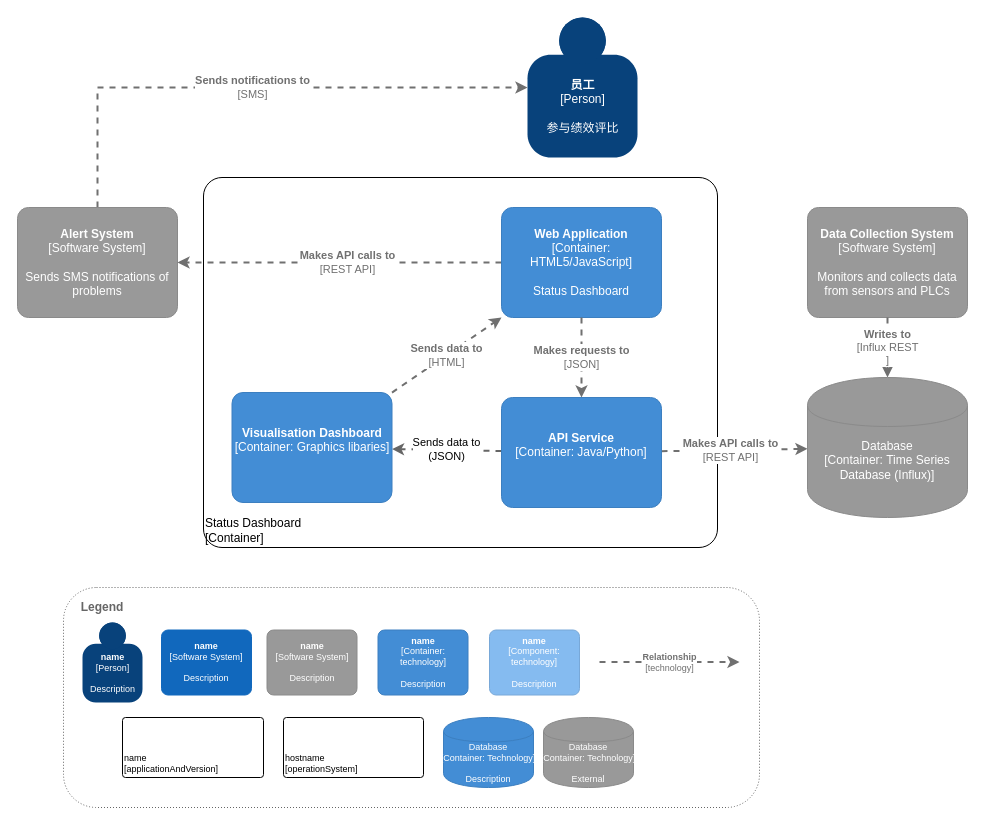
This is page "C4 Container" (2 of 4) of sources/c4-绩效系统.drawio from vdorchan/diagrams, a draw.io file, before an edit. Source tidied: cells renumbered, new cells numbered last; positions are measured from the earlier drawing's top-left corner, leaving out a move shared by most shapes. Both pictures are drawn from the tidied source at 100%, with x=0, y=0 at pixel (17, 17).
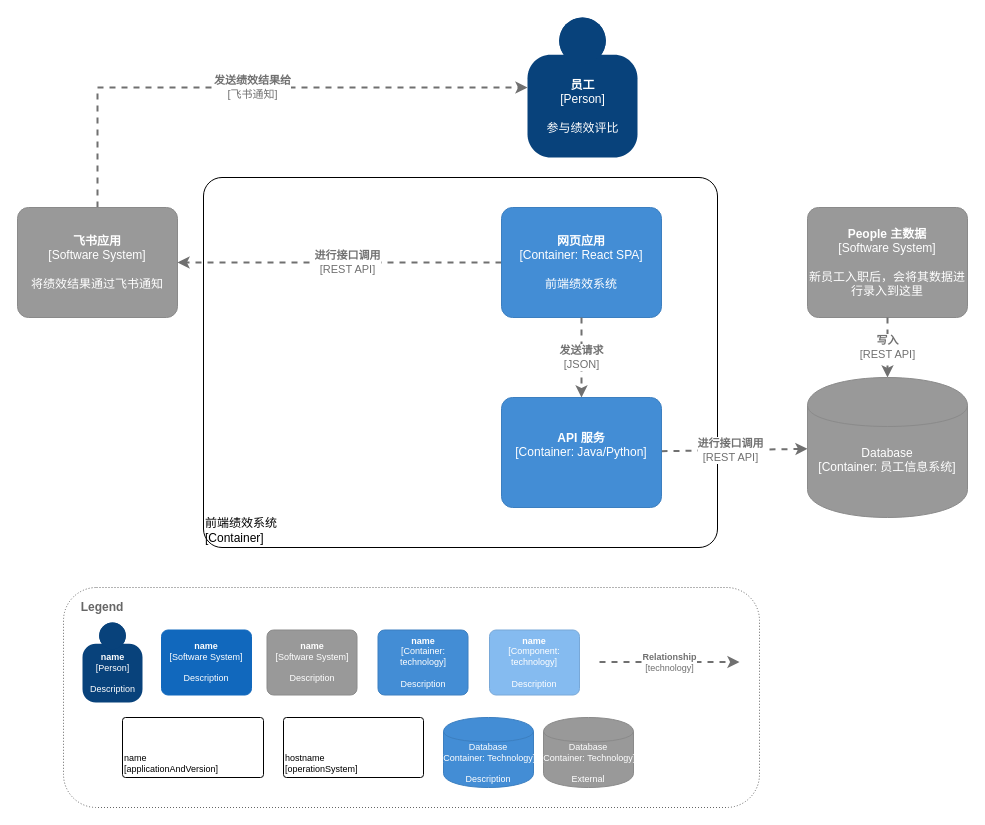
Above is the later version.

The change refers to these unchanged cells:
```xml
<object id="5" label="&lt;b&gt;%c4Name%&lt;/b&gt;&lt;div&gt;[%c4Type%]&lt;/div&gt;&lt;br&gt;&lt;div&gt;%c4Description%&lt;/div&gt;" c4Description="参与绩效评比" c4Name="员工" c4Type="Person" placeholders="1">
  <mxCell style="html=1;dashed=0;whitespace=wrap;fillColor=#08427b;strokeColor=none;fontColor=#ffffff;shape=mxgraph.c4.person;align=center;points=[[0.5,0,0],[1,0.5,0],[1,0.75,0],[0.75,1,0],[0.5,1,0],[0.25,1,0],[0,0.75,0],[0,0.5,0]];metaData={&quot;c4Type&quot;:{&quot;editable&quot;:false}};" parent="1" vertex="1">
    <mxGeometry x="510" width="110" height="140" as="geometry" />
  </mxCell>
</object>
```

Diff of the diagram source:
```diff
@@
-    <object id="2" label="&lt;div style=&quot;text-align: left&quot;&gt;%c4Name%&lt;/div&gt;&lt;div style=&quot;text-align: left&quot;&gt;[%c4Application%]&lt;/div&gt;" c4Application="Container" c4Name="Status Dashboard" placeholders="1">
+    <object id="2" label="&lt;div style=&quot;text-align: left&quot;&gt;%c4Name%&lt;/div&gt;&lt;div style=&quot;text-align: left&quot;&gt;[%c4Application%]&lt;/div&gt;" c4Application="Container" c4Name="前端绩效系统" placeholders="1">
       <mxCell style="rounded=1;whiteSpace=wrap;html=1;labelBackgroundColor=none;fillColor=#ffffff;fontColor=#000000;align=left;arcSize=5;strokeColor=#000000;verticalAlign=bottom;metaData={&quot;c4Type&quot;:{&quot;editable&quot;:false}};" parent="1" vertex="1">
         <mxGeometry x="186" y="160" width="514" height="370" as="geometry" />
       </mxCell>
     </object>
-    <mxCell id="3" style="edgeStyle=none;rounded=0;jettySize=auto;html=1;dashed=1;strokeColor=#666666;strokeWidth=2;fillColor=#f5f5f5;" parent="1" edge="1" source="17" target="15">
-      <mxGeometry relative="1" as="geometry" />
-    </mxCell>
-    <mxCell id="4" value="Sends data to&lt;br&gt;(JSON)" style="edgeLabel;html=1;align=center;verticalAlign=middle;" parent="3" vertex="1">
-      <mxGeometry x="0.02" y="-1" relative="1" as="geometry" />
-    </mxCell>
@@
-    <object id="6" label="&lt;div style=&quot;text-align: left&quot;&gt;&lt;div style=&quot;text-align: center&quot;&gt;&lt;b&gt;%c4Description%&lt;/b&gt;&lt;/div&gt;&lt;div style=&quot;text-align: center&quot;&gt;[%c4Technology%]&lt;/div&gt;&lt;/div&gt;" c4Description="Sends notifications to" c4Technology="SMS" placeholders="1">
+    <object id="6" label="&lt;div style=&quot;text-align: left&quot;&gt;&lt;div style=&quot;text-align: center&quot;&gt;&lt;b&gt;%c4Description%&lt;/b&gt;&lt;/div&gt;&lt;div style=&quot;text-align: center&quot;&gt;[%c4Technology%]&lt;/div&gt;&lt;/div&gt;" c4Description="发送绩效结果给" c4Technology="飞书通知" placeholders="1">
       <mxCell style="edgeStyle=none;rounded=0;html=1;jettySize=auto;strokeColor=#707070;strokeWidth=2;fontColor=#707070;jumpStyle=none;dashed=1;metaData={&quot;c4Type&quot;:{&quot;editable&quot;:false}};" parent="1" edge="1" source="7" target="5">
         <mxGeometry relative="1" as="geometry">
           <Array as="points">
             <mxPoint x="80" y="70" />
           </Array>
         </mxGeometry>
       </mxCell>
     </object>
-    <object id="7" label="&lt;b&gt;%c4Name%&lt;/b&gt;&lt;div&gt;[%c4Type%]&lt;/div&gt;&lt;br&gt;&lt;div&gt;%c4Description%&lt;/div&gt;" c4Description="Sends SMS notifications of problems" c4Name="Alert System" c4Type="Software System" placeholders="1">
+    <object id="7" label="&lt;b&gt;%c4Name%&lt;/b&gt;&lt;div&gt;[%c4Type%]&lt;/div&gt;&lt;br&gt;&lt;div&gt;%c4Description%&lt;/div&gt;" c4Description="将绩效结果通过飞书通知" c4Name="飞书应用" c4Type="Software System" placeholders="1">
       <mxCell style="rounded=1;whiteSpace=wrap;html=1;labelBackgroundColor=none;fillColor=#999999;fontColor=#ffffff;align=center;arcSize=10;strokeColor=#8A8A8A;metaData={&quot;c4Type&quot;:{&quot;editable&quot;:false}};points=[[0.25,0,0],[0.5,0,0],[0.75,0,0],[1,0.25,0],[1,0.5,0],[1,0.75,0],[0.75,1,0],[0.5,1,0],[0.25,1,0],[0,0.75,0],[0,0.5,0],[0,0.25,0]];" parent="1" vertex="1">
         <mxGeometry y="190" width="160" height="110" as="geometry" />
       </mxCell>
     </object>
-    <object id="8" label="&lt;div style=&quot;text-align: left&quot;&gt;&lt;div style=&quot;text-align: center&quot;&gt;&lt;b&gt;%c4Description%&lt;/b&gt;&lt;/div&gt;&lt;div style=&quot;text-align: center&quot;&gt;[%c4Technology%]&lt;/div&gt;&lt;/div&gt;" c4Description="Makes API calls to" c4Technology="REST API" placeholders="1">
+    <object id="8" label="&lt;div style=&quot;text-align: left&quot;&gt;&lt;div style=&quot;text-align: center&quot;&gt;&lt;b&gt;%c4Description%&lt;/b&gt;&lt;/div&gt;&lt;div style=&quot;text-align: center&quot;&gt;[%c4Technology%]&lt;/div&gt;&lt;/div&gt;" c4Description="进行接口调用" c4Technology="REST API" placeholders="1">
       <mxCell style="edgeStyle=none;rounded=0;html=1;jettySize=auto;strokeColor=#707070;strokeWidth=2;fontColor=#707070;jumpStyle=none;dashed=1;metaData={&quot;c4Type&quot;:{&quot;editable&quot;:false}};" parent="1" edge="1" source="13" target="7">
         <mxGeometry x="-0.05" relative="1" as="geometry" />
       </mxCell>
     </object>
-    <object id="9" label="&lt;b&gt;%c4Name%&lt;/b&gt;&lt;div&gt;[%c4Type%]&lt;/div&gt;&lt;br&gt;&lt;div&gt;%c4Description%&lt;/div&gt;" c4Description="Monitors and collects data from sensors and PLCs" c4Name="Data Collection System" c4Type="Software System" placeholders="1">
+    <object id="9" label="&lt;b&gt;%c4Name%&lt;/b&gt;&lt;div&gt;[%c4Type%]&lt;/div&gt;&lt;br&gt;&lt;div&gt;%c4Description%&lt;/div&gt;" c4Description="新员工入职后，会将其数据进行录入到这里" c4Name="People 主数据" c4Type="Software System" placeholders="1">
       <mxCell style="rounded=1;whiteSpace=wrap;html=1;labelBackgroundColor=none;fillColor=#999999;fontColor=#ffffff;align=center;arcSize=10;strokeColor=#8A8A8A;metaData={&quot;c4Type&quot;:{&quot;editable&quot;:false}};points=[[0.25,0,0],[0.5,0,0],[0.75,0,0],[1,0.25,0],[1,0.5,0],[1,0.75,0],[0.75,1,0],[0.5,1,0],[0.25,1,0],[0,0.75,0],[0,0.5,0],[0,0.25,0]];" parent="1" vertex="1">
         <mxGeometry x="790" y="190" width="160" height="110" as="geometry" />
       </mxCell>
     </object>
-    <object id="10" label="&lt;div style=&quot;text-align: left&quot;&gt;&lt;div style=&quot;text-align: center&quot;&gt;&lt;b&gt;%c4Description%&lt;/b&gt;&lt;/div&gt;&lt;div style=&quot;text-align: center&quot;&gt;[%c4Technology%]&lt;/div&gt;&lt;/div&gt;" c4Description="Makes API calls to" c4Technology="REST API" placeholders="1">
+    <object id="10" label="&lt;div style=&quot;text-align: left&quot;&gt;&lt;div style=&quot;text-align: center&quot;&gt;&lt;b&gt;%c4Description%&lt;/b&gt;&lt;/div&gt;&lt;div style=&quot;text-align: center&quot;&gt;[%c4Technology%]&lt;/div&gt;&lt;/div&gt;" c4Description="进行接口调用" c4Technology="REST API" placeholders="1">
       <mxCell style="edgeStyle=none;rounded=0;html=1;jettySize=auto;strokeColor=#707070;strokeWidth=2;fontColor=#707070;jumpStyle=none;dashed=1;metaData={&quot;c4Type&quot;:{&quot;editable&quot;:false}};" parent="1" edge="1" source="17" target="11">
         <mxGeometry x="-0.05" relative="1" as="geometry" />
       </mxCell>
     </object>
-    <object id="11" label="%c4Type%&lt;div style=&quot;font-size: 12px;&quot;&gt;[Container:&amp;nbsp;%c4Technology%]&lt;/div&gt;&lt;br style=&quot;font-size: 12px;&quot;&gt;&lt;div style=&quot;font-size: 12px;&quot;&gt;%c4Description%&lt;/div&gt;" c4Description="" c4Technology="Time Series Database (Influx)" c4Type="Database" placeholders="1">
+    <object id="11" label="%c4Type%&lt;div style=&quot;font-size: 12px;&quot;&gt;[Container:&amp;nbsp;%c4Technology%]&lt;/div&gt;&lt;br style=&quot;font-size: 12px;&quot;&gt;&lt;div style=&quot;font-size: 12px;&quot;&gt;%c4Description%&lt;/div&gt;" c4Description="" c4Technology="员工信息系统" c4Type="Database" placeholders="1">
       <mxCell style="shape=cylinder;whiteSpace=wrap;html=1;boundedLbl=1;rounded=1;labelBackgroundColor=none;fillColor=#999999;fontSize=12;fontColor=#ffffff;align=center;strokeColor=#8A8A8A;points=[[0.5,0,0],[1,0.25,0],[1,0.5,0],[1,0.75,0],[0.5,1,0],[0,0.75,0],[0,0.5,0],[0,0.25,0]];metaData={&quot;c4Type&quot;:{&quot;editable&quot;:false}};arcSize=10;" parent="1" vertex="1">
         <mxGeometry x="790" y="360" width="160" height="140" as="geometry" />
       </mxCell>
     </object>
-    <object id="12" label="&lt;div style=&quot;text-align: left&quot;&gt;&lt;div style=&quot;text-align: center&quot;&gt;&lt;b&gt;%c4Description%&lt;/b&gt;&lt;/div&gt;&lt;div style=&quot;text-align: center&quot;&gt;[%c4Technology%]&lt;/div&gt;&lt;/div&gt;" c4Description="Writes to" c4Technology="Influx REST&#10;" placeholders="1">
+    <object id="12" label="&lt;div style=&quot;text-align: left&quot;&gt;&lt;div style=&quot;text-align: center&quot;&gt;&lt;b&gt;%c4Description%&lt;/b&gt;&lt;/div&gt;&lt;div style=&quot;text-align: center&quot;&gt;[%c4Technology%]&lt;/div&gt;&lt;/div&gt;" c4Description="写入" c4Technology="REST API" placeholders="1">
       <mxCell style="edgeStyle=none;rounded=0;html=1;jettySize=auto;strokeColor=#707070;strokeWidth=2;fontColor=#707070;jumpStyle=none;dashed=1;metaData={&quot;c4Type&quot;:{&quot;editable&quot;:false}};" parent="1" edge="1" source="9" target="11">
         <mxGeometry relative="1" as="geometry" />
       </mxCell>
     </object>
-    <object id="13" label="&lt;b&gt;%c4Name%&lt;/b&gt;&lt;div&gt;[%c4Type%: %c4Technology%]&lt;/div&gt;&lt;br&gt;&lt;div&gt;%c4Description%&lt;/div&gt;" c4Description="Status Dashboard" c4Name="Web Application" c4Technology="HTML5/JavaScript" c4Type="Container" placeholders="1">
+    <object id="13" label="&lt;b&gt;%c4Name%&lt;/b&gt;&lt;div&gt;[%c4Type%: %c4Technology%]&lt;/div&gt;&lt;br&gt;&lt;div&gt;%c4Description%&lt;/div&gt;" c4Description="前端绩效系统" c4Name="网页应用" c4Technology="React SPA" c4Type="Container" placeholders="1">
       <mxCell style="rounded=1;whiteSpace=wrap;html=1;labelBackgroundColor=none;fillColor=#438DD5;fontColor=#ffffff;align=center;arcSize=10;strokeColor=#3C7FC0;metaData={&quot;c4Type&quot;:{&quot;editable&quot;:false}};points=[[0.25,0,0],[0.5,0,0],[0.75,0,0],[1,0.25,0],[1,0.5,0],[1,0.75,0],[0.75,1,0],[0.5,1,0],[0.25,1,0],[0,0.75,0],[0,0.5,0],[0,0.25,0]];" parent="1" vertex="1">
         <mxGeometry x="484" y="190" width="160" height="110" as="geometry" />
       </mxCell>
     </object>
-    <object id="14" label="&lt;div style=&quot;text-align: left&quot;&gt;&lt;div style=&quot;text-align: center&quot;&gt;&lt;b&gt;%c4Description%&lt;/b&gt;&lt;/div&gt;&lt;div style=&quot;text-align: center&quot;&gt;[%c4Technology%]&lt;/div&gt;&lt;/div&gt;" c4Description="Makes requests to" c4Technology="JSON" placeholders="1">
+    <object id="14" label="&lt;div style=&quot;text-align: left&quot;&gt;&lt;div style=&quot;text-align: center&quot;&gt;&lt;b&gt;%c4Description%&lt;/b&gt;&lt;/div&gt;&lt;div style=&quot;text-align: center&quot;&gt;[%c4Technology%]&lt;/div&gt;&lt;/div&gt;" c4Description="发送请求" c4Technology="JSON" placeholders="1">
       <mxCell style="edgeStyle=none;rounded=0;html=1;jettySize=auto;strokeColor=#707070;strokeWidth=2;fontColor=#707070;jumpStyle=none;dashed=1;metaData={&quot;c4Type&quot;:{&quot;editable&quot;:false}};" parent="1" edge="1" source="13" target="17">
         <mxGeometry relative="1" as="geometry" />
       </mxCell>
     </object>
-    <object id="15" label="&lt;b&gt;%c4Name%&lt;/b&gt;&lt;div&gt;[%c4Type%: %c4Technology%]&lt;/div&gt;&lt;br&gt;&lt;div&gt;%c4Description%&lt;/div&gt;" c4Description="" c4Name="Visualisation Dashboard" c4Technology="Graphics libaries" c4Type="Container" placeholders="1">
-      <mxCell style="rounded=1;whiteSpace=wrap;html=1;labelBackgroundColor=none;fillColor=#438DD5;fontColor=#ffffff;align=center;arcSize=10;strokeColor=#3C7FC0;metaData={&quot;c4Type&quot;:{&quot;editable&quot;:false}};points=[[0.25,0,0],[0.5,0,0],[0.75,0,0],[1,0.25,0],[1,0.5,0],[1,0.75,0],[0.75,1,0],[0.5,1,0],[0.25,1,0],[0,0.75,0],[0,0.5,0],[0,0.25,0]];" parent="1" vertex="1">
-        <mxGeometry x="214.5" y="375" width="160" height="110" as="geometry" />
-      </mxCell>
-    </object>
-    <object id="16" label="&lt;div style=&quot;text-align: left&quot;&gt;&lt;div style=&quot;text-align: center&quot;&gt;&lt;b&gt;%c4Description%&lt;/b&gt;&lt;/div&gt;&lt;div style=&quot;text-align: center&quot;&gt;[%c4Technology%]&lt;/div&gt;&lt;/div&gt;" c4Description="Sends data to" c4Technology="HTML" placeholders="1">
-      <mxCell style="edgeStyle=none;rounded=0;html=1;jettySize=auto;strokeColor=#707070;strokeWidth=2;fontColor=#707070;jumpStyle=none;dashed=1;metaData={&quot;c4Type&quot;:{&quot;editable&quot;:false}};" parent="1" edge="1" source="15" target="13">
-        <mxGeometry relative="1" as="geometry" />
-      </mxCell>
-    </object>
-    <object id="17" label="&lt;b&gt;%c4Name%&lt;/b&gt;&lt;div&gt;[%c4Type%: %c4Technology%]&lt;/div&gt;&lt;br&gt;&lt;div&gt;%c4Description%&lt;/div&gt;" c4Description="" c4Name="API Service" c4Technology="Java/Python" c4Type="Container" placeholders="1">
+    <object id="17" label="&lt;b&gt;%c4Name%&lt;/b&gt;&lt;div&gt;[%c4Type%: %c4Technology%]&lt;/div&gt;&lt;br&gt;&lt;div&gt;%c4Description%&lt;/div&gt;" c4Description="" c4Name="API 服务" c4Technology="Java/Python" c4Type="Container" placeholders="1">
       <mxCell style="rounded=1;whiteSpace=wrap;html=1;labelBackgroundColor=none;fillColor=#438DD5;fontColor=#ffffff;align=center;arcSize=10;strokeColor=#3C7FC0;metaData={&quot;c4Type&quot;:{&quot;editable&quot;:false}};points=[[0.25,0,0],[0.5,0,0],[0.75,0,0],[1,0.25,0],[1,0.5,0],[1,0.75,0],[0.75,1,0],[0.5,1,0],[0.25,1,0],[0,0.75,0],[0,0.5,0],[0,0.25,0]];" parent="1" vertex="1">
         <mxGeometry x="484" y="380" width="160" height="110" as="geometry" />
       </mxCell>
     </object>
```
